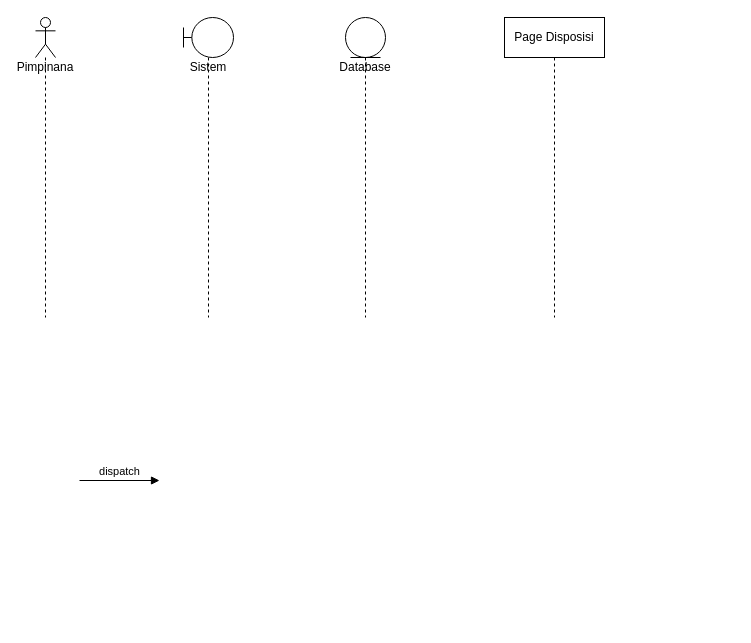
This is page "Halaman-7" (7 of 7) of UML/FILE drawio/3. SEQUENCE DIAGRAM/SEQUENCE DIAGRAM.drawio from Rusadi-0/KULIAH, a draw.io file, before an edit. Source tidied: cells renumbered, new cells numbered last; positions are measured from the earlier drawing's top-left corner, leaving out a move shared by most shapes. Both pictures are drawn from the tidied source at 100%, with x=0, y=0 at pixel (35, 17).
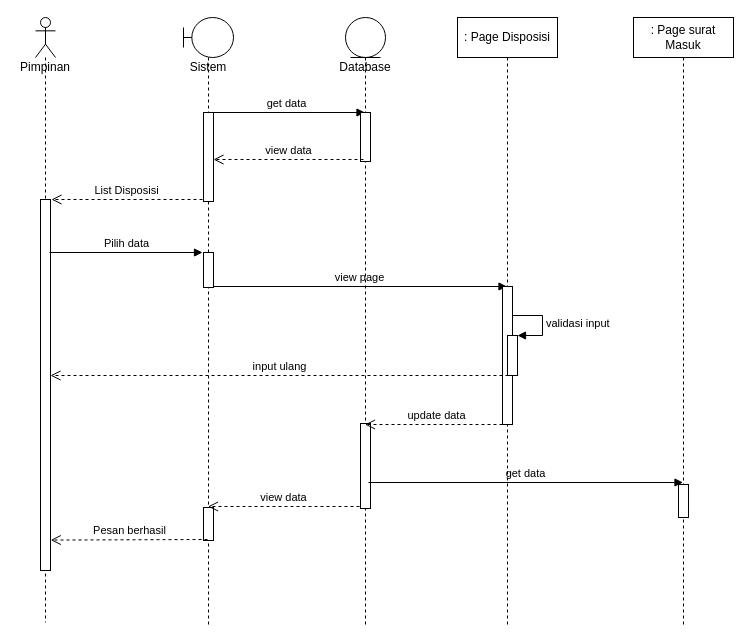
The same page after the edit.

The edit, as a diff of the source:
```diff
@@
-    <mxCell id="2" value="Pimpinana" style="shape=umlLifeline;participant=umlActor;perimeter=lifelinePerimeter;whiteSpace=wrap;html=1;verticalAlign=top;spacingTop=36;" parent="1" vertex="1">
-      <mxGeometry width="20" height="300" as="geometry" />
+    <mxCell id="2" value="Pimpinan" style="shape=umlLifeline;participant=umlActor;perimeter=lifelinePerimeter;whiteSpace=wrap;html=1;verticalAlign=top;spacingTop=36;" parent="1" vertex="1">
+      <mxGeometry width="20" height="605" as="geometry" />
     </mxCell>
+    <mxCell id="7" style="html=1;points=[];perimeter=orthogonalPerimeter;" parent="2" vertex="1">
+      <mxGeometry x="5" y="182" width="10" height="371" as="geometry" />
+    </mxCell>
     <mxCell id="3" value="Sistem" style="shape=umlLifeline;participant=umlBoundary;perimeter=lifelinePerimeter;whiteSpace=wrap;html=1;verticalAlign=top;spacingTop=36;outlineConnect=0;" parent="1" vertex="1">
-      <mxGeometry x="148" width="50" height="300" as="geometry" />
+      <mxGeometry x="148" width="50" height="608" as="geometry" />
     </mxCell>
+    <mxCell id="8" value="get data" style="html=1;verticalAlign=bottom;endArrow=block;rounded=0;" parent="3" edge="1" target="4">
+      <mxGeometry relative="1" as="geometry">
+        <mxPoint x="25" y="95" as="sourcePoint" />
+      </mxGeometry>
+    </mxCell>
+    <mxCell id="9" value="view page" style="html=1;verticalAlign=bottom;endArrow=block;rounded=0;" parent="3" edge="1" target="5">
+      <mxGeometry relative="1" as="geometry">
+        <mxPoint x="29" y="269" as="sourcePoint" />
+      </mxGeometry>
+    </mxCell>
+    <mxCell id="10" style="html=1;perimeter=orthogonalPerimeter;" parent="3" vertex="1">
+      <mxGeometry x="20" y="95" width="10" height="89" as="geometry" />
+    </mxCell>
+    <mxCell id="11" style="html=1;perimeter=orthogonalPerimeter;" parent="3" vertex="1">
+      <mxGeometry x="20" y="235" width="10" height="35" as="geometry" />
+    </mxCell>
+    <mxCell id="12" style="html=1;perimeter=orthogonalPerimeter;" parent="3" vertex="1">
+      <mxGeometry x="20" y="490" width="10" height="33" as="geometry" />
+    </mxCell>
     <mxCell id="4" value="Database" style="shape=umlLifeline;participant=umlEntity;perimeter=lifelinePerimeter;whiteSpace=wrap;html=1;verticalAlign=top;spacingTop=36;outlineConnect=0;" parent="1" vertex="1">
-      <mxGeometry x="310" width="40" height="300" as="geometry" />
+      <mxGeometry x="310" width="40" height="607" as="geometry" />
     </mxCell>
+    <mxCell id="13" style="html=1;perimeter=orthogonalPerimeter;" parent="4" vertex="1">
+      <mxGeometry x="15" y="95" width="10" height="49" as="geometry" />
+    </mxCell>
+    <mxCell id="14" style="html=1;perimeter=orthogonalPerimeter;" parent="4" vertex="1">
+      <mxGeometry x="15" y="406" width="10" height="85" as="geometry" />
+    </mxCell>
+    <mxCell id="15" value="get data" style="html=1;verticalAlign=bottom;endArrow=block;rounded=0;" parent="4" edge="1" target="26">
+      <mxGeometry relative="1" as="geometry">
+        <mxPoint x="23" y="465" as="sourcePoint" />
+      </mxGeometry>
+    </mxCell>
-    <mxCell id="5" value="Page Disposisi" style="shape=umlLifeline;perimeter=lifelinePerimeter;whiteSpace=wrap;html=1;outlineConnect=0;" parent="1" vertex="1">
-      <mxGeometry x="469" width="100" height="300" as="geometry" />
+    <mxCell id="5" value=": Page Disposisi" style="shape=umlLifeline;perimeter=lifelinePerimeter;whiteSpace=wrap;html=1;outlineConnect=0;" parent="1" vertex="1">
+      <mxGeometry x="422" width="100" height="607" as="geometry" />
     </mxCell>
-    <mxCell id="6" value="dispatch" style="html=1;verticalAlign=bottom;endArrow=block;rounded=0;" parent="1" edge="1">
-      <mxGeometry relative="1" as="geometry">
-        <mxPoint x="44" y="463" as="sourcePoint" />
-        <mxPoint x="124" y="463" as="targetPoint" />
-      </mxGeometry>
-    </mxCell>
+    <mxCell id="16" style="html=1;perimeter=orthogonalPerimeter;" parent="5" vertex="1">
+      <mxGeometry x="45" y="269" width="10" height="138" as="geometry" />
+    </mxCell>
+    <mxCell id="17" style="html=1;points=[];perimeter=orthogonalPerimeter;" parent="5" vertex="1">
+      <mxGeometry x="50" y="318" width="10" height="40" as="geometry" />
+    </mxCell>
+    <mxCell id="18" value="validasi input" style="edgeStyle=orthogonalEdgeStyle;html=1;align=left;spacingLeft=2;endArrow=block;rounded=0;entryX=1;entryY=0;" parent="5" edge="1" target="17">
+      <mxGeometry relative="1" as="geometry">
+        <mxPoint x="55" y="298" as="sourcePoint" />
+        <Array as="points">
+          <mxPoint x="85" y="298" />
+        </Array>
+      </mxGeometry>
+    </mxCell>
+    <mxCell id="19" value="view data" style="html=1;verticalAlign=bottom;endArrow=open;dashed=1;endSize=8;rounded=0;" parent="1" edge="1">
+      <mxGeometry relative="1" as="geometry">
+        <mxPoint x="328" y="142" as="sourcePoint" />
+        <mxPoint x="178" y="142" as="targetPoint" />
+      </mxGeometry>
+    </mxCell>
+    <mxCell id="20" value="List Disposisi" style="html=1;verticalAlign=bottom;endArrow=open;dashed=1;endSize=8;rounded=0;" parent="1" edge="1">
+      <mxGeometry relative="1" as="geometry">
+        <mxPoint x="167" y="182" as="sourcePoint" />
+        <mxPoint x="16" y="182" as="targetPoint" />
+      </mxGeometry>
+    </mxCell>
+    <mxCell id="21" value="Pilih data" style="html=1;verticalAlign=bottom;endArrow=block;rounded=0;" parent="1" edge="1">
+      <mxGeometry relative="1" as="geometry">
+        <mxPoint x="14" y="235" as="sourcePoint" />
+        <mxPoint x="167" y="235" as="targetPoint" />
+      </mxGeometry>
+    </mxCell>
+    <mxCell id="22" value="input ulang" style="html=1;verticalAlign=bottom;endArrow=open;dashed=1;endSize=8;rounded=0;" parent="1" edge="1">
+      <mxGeometry relative="1" as="geometry">
+        <mxPoint x="473" y="358" as="sourcePoint" />
+        <mxPoint x="15" y="358" as="targetPoint" />
+      </mxGeometry>
+    </mxCell>
+    <mxCell id="23" value="update data" style="html=1;verticalAlign=bottom;endArrow=open;dashed=1;endSize=8;rounded=0;" parent="1" edge="1" target="4">
+      <mxGeometry relative="1" as="geometry">
+        <mxPoint x="473" y="407" as="sourcePoint" />
+      </mxGeometry>
+    </mxCell>
+    <mxCell id="24" value="view data" style="html=1;verticalAlign=bottom;endArrow=open;dashed=1;endSize=8;rounded=0;" parent="1" edge="1" target="3">
+      <mxGeometry relative="1" as="geometry">
+        <mxPoint x="324" y="489" as="sourcePoint" />
+      </mxGeometry>
+    </mxCell>
+    <mxCell id="25" value="Pesan berhasil" style="html=1;verticalAlign=bottom;endArrow=open;dashed=1;endSize=8;rounded=0;entryX=1.025;entryY=0.918;entryDx=0;entryDy=0;entryPerimeter=0;" parent="1" edge="1" target="7">
+      <mxGeometry relative="1" as="geometry">
+        <mxPoint x="172" y="522" as="sourcePoint" />
+      </mxGeometry>
+    </mxCell>
+    <mxCell id="26" value=": Page surat Masuk" style="shape=umlLifeline;perimeter=lifelinePerimeter;whiteSpace=wrap;html=1;outlineConnect=0;" parent="1" vertex="1">
+      <mxGeometry x="598" width="100" height="608" as="geometry" />
+    </mxCell>
+    <mxCell id="27" style="html=1;perimeter=orthogonalPerimeter;" parent="26" vertex="1">
+      <mxGeometry x="45" y="467" width="10" height="33" as="geometry" />
+    </mxCell>
```
